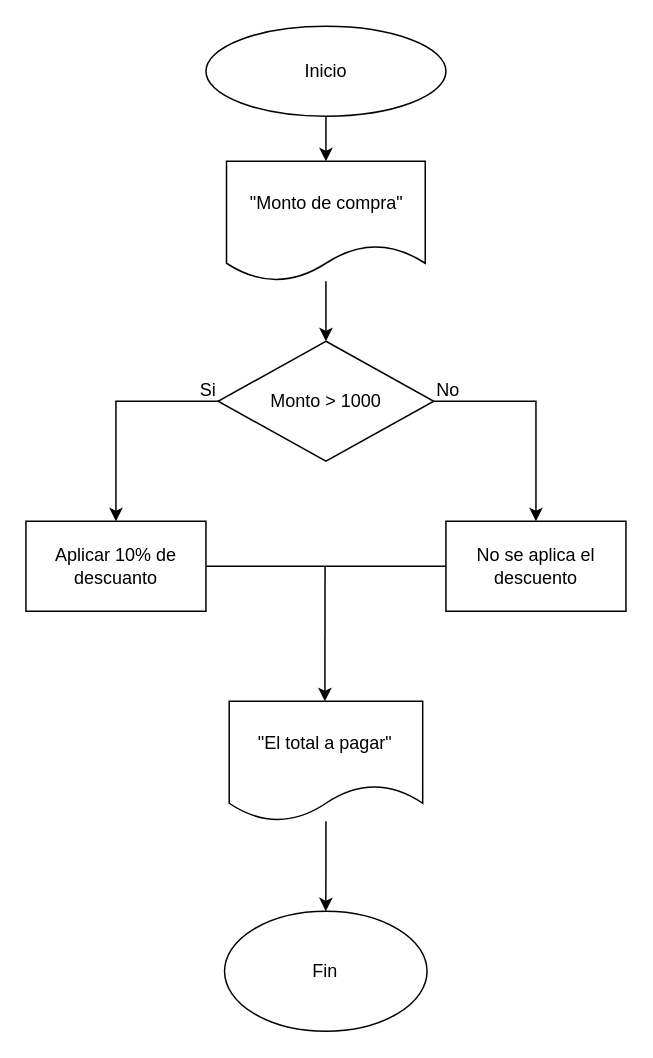
The draw.io diagram Lab - 2 Ejercicio 5.drawio in CarlosUanl/Trabajos-MDLP--3-oportunidad-, before the edit. Source tidied: cells renumbered, new cells numbered last; positions are measured from the earlier drawing's top-left corner, leaving out a move shared by most shapes. Both pictures are drawn from the tidied source at 150%, with x=0, y=0 at pixel (26, 26).
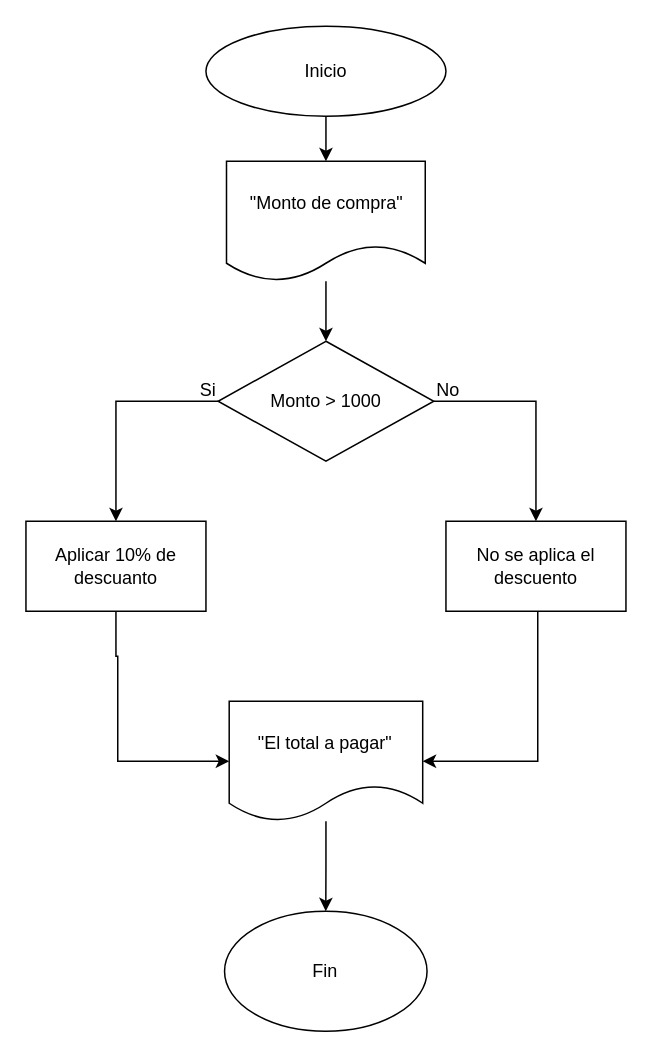
The same diagram, later.

The change refers to these unchanged cells:
```xml
<mxCell id="9" value="Aplicar 10% de descuanto" style="rounded=0;whiteSpace=wrap;html=1;" parent="1" vertex="1">
  <mxGeometry x="-0.2" y="330" width="120" height="60" as="geometry" />
</mxCell>
<mxCell id="10" value="No se aplica el descuento" style="rounded=0;whiteSpace=wrap;html=1;" parent="1" vertex="1">
  <mxGeometry x="279.8" y="330" width="120" height="60" as="geometry" />
</mxCell>
<mxCell id="16" value="&quot;El total a pagar&quot;" style="shape=document;whiteSpace=wrap;html=1;boundedLbl=1;" parent="1" vertex="1">
  <mxGeometry x="135.3" y="450" width="129" height="80" as="geometry" />
</mxCell>
```

Change to the diagram source:
```diff
@@
+    <mxCell id="18" style="edgeStyle=orthogonalEdgeStyle;rounded=0;jettySize=auto;html=1;entryX=0;entryY=0.5;entryDx=0;entryDy=0;" parent="1" edge="1" source="9" target="16">
+      <mxGeometry relative="1" as="geometry">
+        <Array as="points">
+          <mxPoint x="60" y="420" />
+          <mxPoint x="61" y="490" />
+        </Array>
+      </mxGeometry>
+    </mxCell>
@@
+    <mxCell id="19" style="edgeStyle=orthogonalEdgeStyle;rounded=0;jettySize=auto;html=1;entryX=1;entryY=0.5;entryDx=0;entryDy=0;" parent="1" edge="1" source="10" target="16">
+      <mxGeometry relative="1" as="geometry">
+        <Array as="points">
+          <mxPoint x="341" y="490" />
+        </Array>
+      </mxGeometry>
+    </mxCell>
@@
-    <mxCell id="13" style="endArrow=none;html=1;rounded=0;entryX=1;entryY=0.5;entryDx=0;entryDy=0;exitX=0;exitY=0.5;exitDx=0;exitDy=0;" parent="1" edge="1" source="10" target="9">
-      <mxGeometry relative="1" as="geometry">
-        <Array as="points">
-          <mxPoint x="231" y="360" />
-        </Array>
-      </mxGeometry>
-    </mxCell>
-    <mxCell id="14" style="endArrow=classic;html=1;rounded=0;" parent="1" edge="1">
-      <mxGeometry relative="1" as="geometry">
-        <mxPoint x="199.2" y="360" as="sourcePoint" />
-        <mxPoint x="199.1" y="450" as="targetPoint" />
-      </mxGeometry>
-    </mxCell>
```
